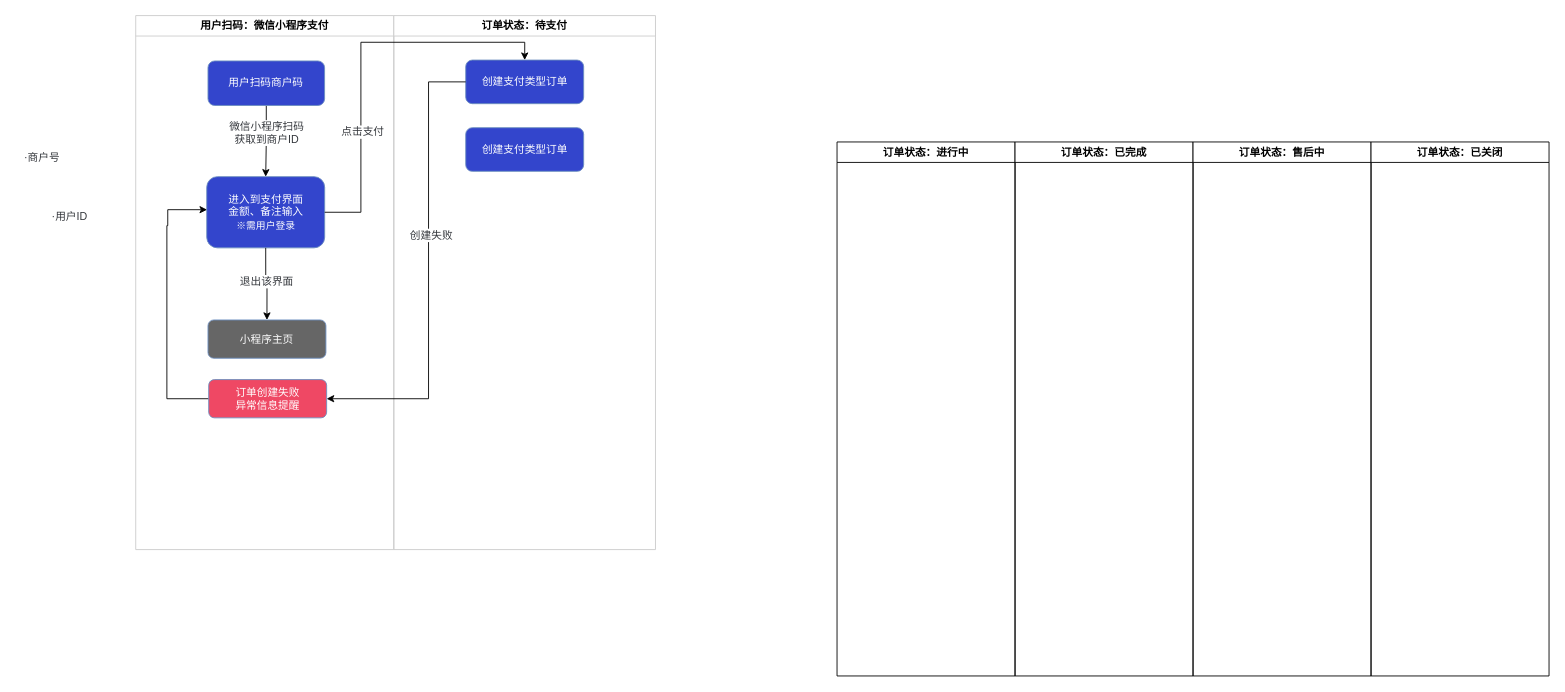
Above: 订单状态.drawio in joestarhu/drowio (draw.io), before the change. Source tidied: cells renumbered, new cells numbered last; positions are measured from the earlier drawing's top-left corner, leaving out a move shared by most shapes. Both pictures are drawn from the tidied source at 89%, with x=0, y=0 at pixel (15, 15).
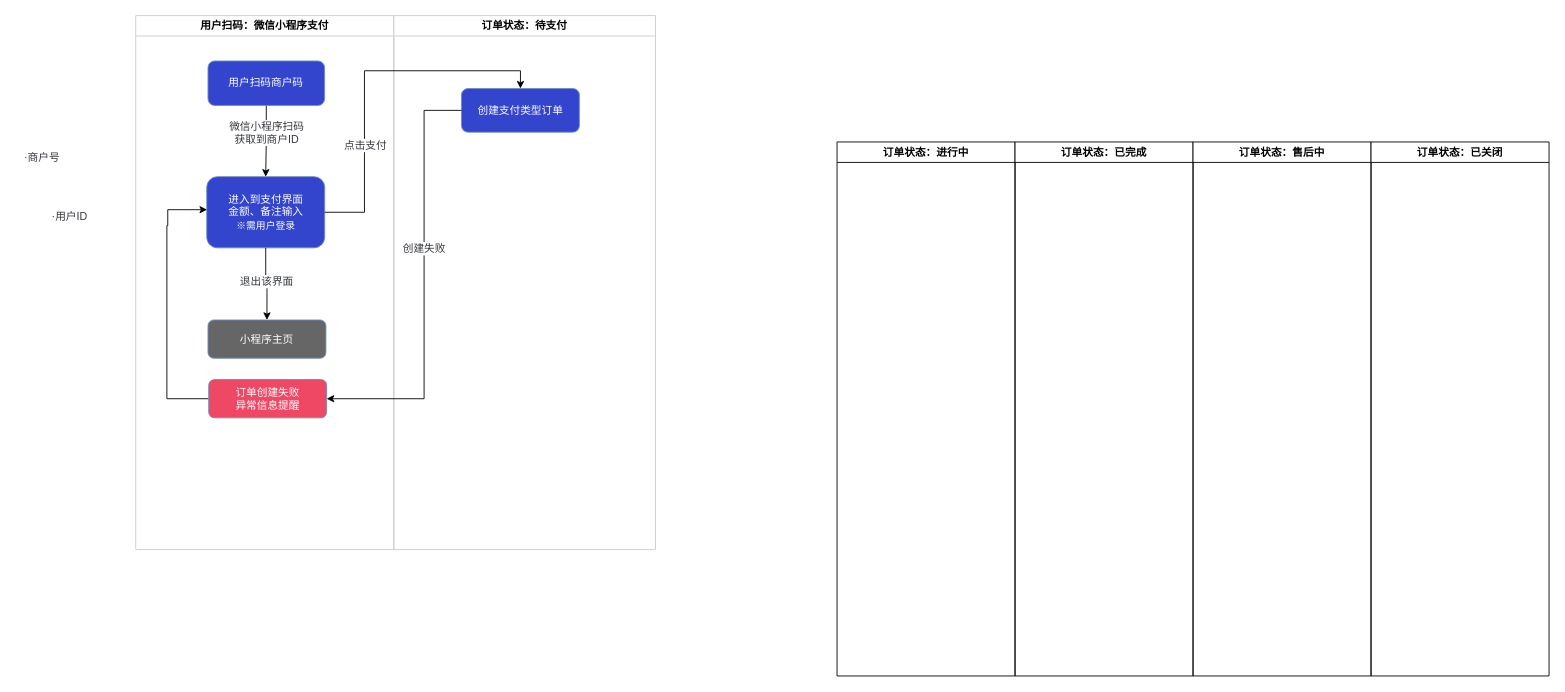
After the change.

Commit message (it also covers changes not shown here):
更新订单状态.drawio

Unchanged cells that the change refers to:
```xml
<mxCell id="6" value="进入到支付界面&lt;br&gt;金额、备注输入&lt;br&gt;&lt;font style=&quot;font-size: 11px;&quot;&gt;※需用户登录&lt;br&gt;&lt;/font&gt;" style="rounded=1;whiteSpace=wrap;html=1;fillColor=#3345CC;strokeColor=#6c8ebf;fontColor=#FFF;" parent="2" vertex="1">
  <mxGeometry x="79.8" y="181" width="132.5" height="80" as="geometry" />
</mxCell>
<mxCell id="11" value="订单创建失败&lt;br&gt;异常信息提醒" style="rounded=1;whiteSpace=wrap;html=1;fillColor=#ef4864;strokeColor=#6c8ebf;fontColor=#FFF;" parent="2" vertex="1">
  <mxGeometry x="82" y="409" width="132.5" height="43" as="geometry" />
</mxCell>
<mxCell id="12" value="订单状态：待支付" style="swimlane;whiteSpace=wrap;html=1;strokeColor=#CCCCCC;" parent="1" vertex="1">
  <mxGeometry x="425" width="294" height="600" as="geometry" />
</mxCell>
```

Diff of the diagram source:
```diff
@@
     <mxCell id="13" value="创建支付类型订单" style="rounded=1;whiteSpace=wrap;html=1;fillColor=#3345CC;strokeColor=#6c8ebf;fontColor=#FFF;" parent="12" vertex="1">
-      <mxGeometry x="80.8" y="50" width="132.5" height="49" as="geometry" />
+      <mxGeometry x="76" y="82" width="132.5" height="49" as="geometry" />
     </mxCell>
-    <mxCell id="14" value="创建支付类型订单" style="rounded=1;whiteSpace=wrap;html=1;fillColor=#3345CC;strokeColor=#6c8ebf;fontColor=#FFF;" parent="12" vertex="1">
-      <mxGeometry x="80.8" y="126" width="132.5" height="49" as="geometry" />
-    </mxCell>
@@
     <mxCell id="21" style="edgeStyle=orthogonalEdgeStyle;shape=connector;rounded=0;jettySize=auto;html=1;entryX=1;entryY=0.5;entryDx=0;entryDy=0;labelBackgroundColor=default;strokeColor=default;align=center;verticalAlign=middle;fontFamily=Helvetica;fontSize=12;fontColor=#34373C;endArrow=classic;" parent="1" edge="1" source="13" target="11">
       <mxGeometry relative="1" as="geometry">
         <Array as="points">
-          <mxPoint x="464" y="75" />
-          <mxPoint x="464" y="431" />
+          <mxPoint x="459" y="106" />
+          <mxPoint x="459" y="430" />
         </Array>
       </mxGeometry>
     </mxCell>
     <mxCell id="22" value="创建失败" style="edgeLabel;html=1;align=center;verticalAlign=middle;fontSize=12;fontFamily=Helvetica;fontColor=#34373C;" parent="21" vertex="1">
-      <mxGeometry x="-0.17" y="2" relative="1" as="geometry">
-        <mxPoint y="1" as="offset" />
-      </mxGeometry>
+      <mxGeometry x="-0.17" y="-1" relative="1" as="geometry" />
     </mxCell>
     <mxCell id="23" style="edgeStyle=orthogonalEdgeStyle;shape=connector;rounded=0;jettySize=auto;html=1;entryX=0.5;entryY=0;entryDx=0;entryDy=0;labelBackgroundColor=default;strokeColor=default;align=center;verticalAlign=middle;fontFamily=Helvetica;fontSize=12;fontColor=#34373C;endArrow=classic;" parent="1" edge="1" source="6" target="13">
       <mxGeometry relative="1" as="geometry">
         <Array as="points">
-          <mxPoint x="388" y="221" />
-          <mxPoint x="388" y="30" />
-          <mxPoint x="572" y="30" />
+          <mxPoint x="392" y="221" />
+          <mxPoint x="392" y="62" />
+          <mxPoint x="567" y="62" />
         </Array>
       </mxGeometry>
     </mxCell>
     <mxCell id="24" value="点击支付" style="edgeLabel;html=1;align=center;verticalAlign=middle;fontSize=12;fontFamily=Helvetica;fontColor=#34373C;" parent="23" vertex="1">
-      <mxGeometry x="-0.4" y="-1" relative="1" as="geometry" />
+      <mxGeometry x="-0.4" relative="1" as="geometry" />
     </mxCell>
```
